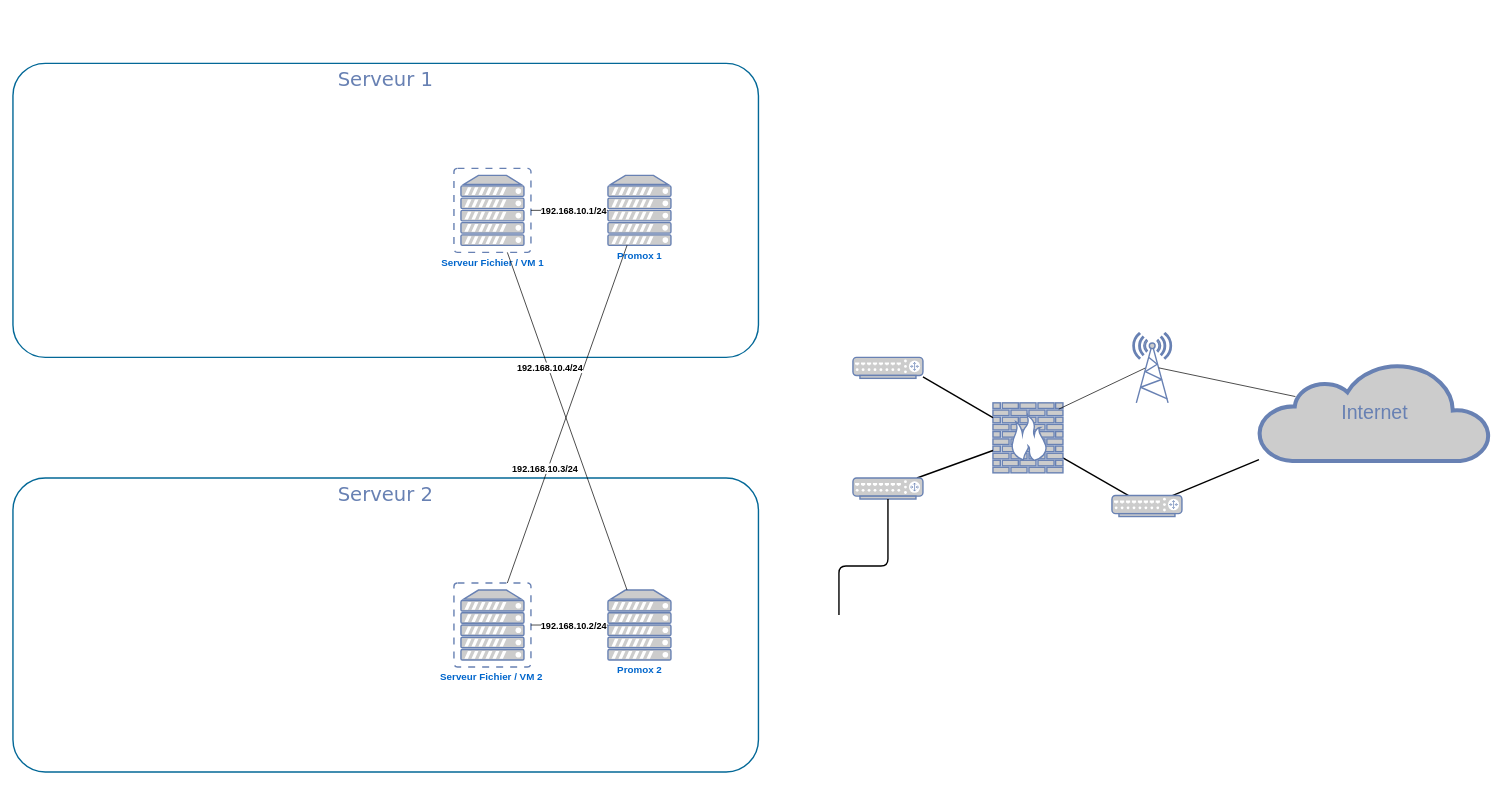
Desaydrone/Desaydrone.github.io keeps this draw.io diagram as assets/images/reseau_ideal_virtu.drawio. Above is the earlier version. Source tidied: cells renumbered, new cells numbered last; positions are measured from the earlier drawing's top-left corner, leaving out a move shared by most shapes. Both pictures are drawn from the tidied source at 70%, with x=0, y=0 at pixel (13, 63).
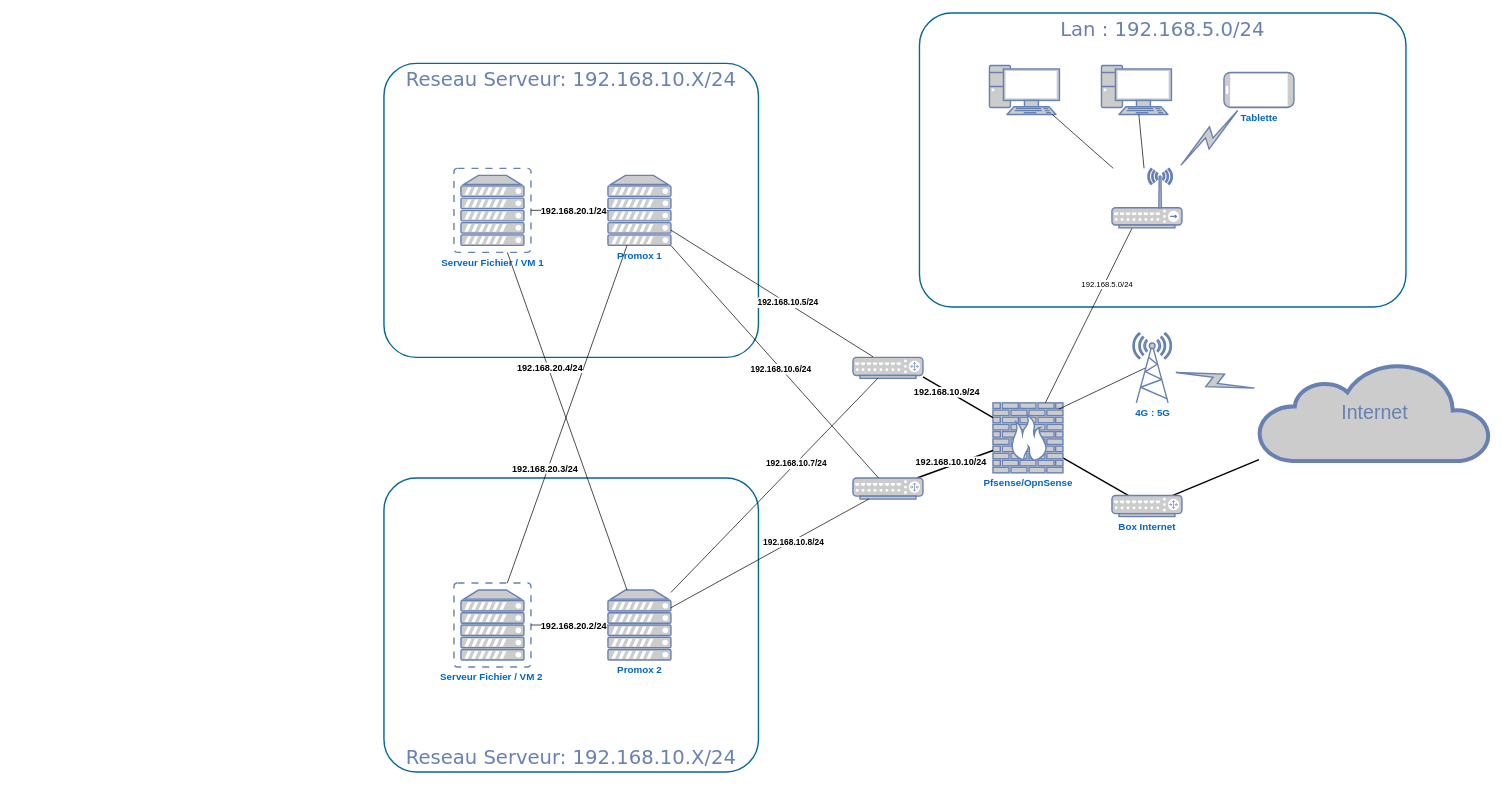
Above is the later version.

Unchanged cells that the change refers to:
```xml
<mxCell id="6" style="edgeStyle=none;html=1;labelBackgroundColor=none;endArrow=none;endFill=0;strokeWidth=2;fontFamily=Verdana;fontSize=15;fontColor=#036897;" parent="1" edge="1" source="7" target="5">
  <mxGeometry relative="1" as="geometry" />
</mxCell>
<mxCell id="7" style="fontColor=#0066CC;verticalAlign=top;verticalLabelPosition=bottom;labelPosition=center;align=center;html=1;fillColor=#CCCCCC;strokeColor=#6881B3;gradientColor=none;gradientDirection=north;strokeWidth=2;shape=mxgraph.networks.router;rounded=0;shadow=0;comic=0;" parent="1" vertex="1">
  <mxGeometry x="1200" y="592.4" width="100" height="30" as="geometry" />
</mxCell>
<mxCell id="9" value="Internet" style="html=1;fillColor=#CCCCCC;strokeColor=#6881B3;gradientColor=none;gradientDirection=north;strokeWidth=2;shape=mxgraph.networks.cloud;fontColor=#6881B3;rounded=0;shadow=0;comic=0;align=center;fontSize=28;" parent="1" vertex="1">
  <mxGeometry x="1780" y="428" width="330" height="140" as="geometry" />
</mxCell>
<mxCell id="15" style="fontColor=#0066CC;verticalAlign=top;verticalLabelPosition=bottom;labelPosition=center;align=center;html=1;fillColor=#CCCCCC;strokeColor=#6881B3;gradientColor=none;gradientDirection=north;strokeWidth=2;shape=mxgraph.networks.router;rounded=0;shadow=0;comic=0;" parent="1" vertex="1">
  <mxGeometry x="1200" y="420" width="100" height="30" as="geometry" />
</mxCell>
<mxCell id="16" style="edgeStyle=none;html=1;labelBackgroundColor=none;endArrow=none;endFill=0;strokeWidth=2;fontFamily=Verdana;fontSize=15;fontColor=#036897;exitX=1;exitY=0.933;exitDx=0;exitDy=0;exitPerimeter=0;entryX=0;entryY=0.21;entryDx=0;entryDy=0;entryPerimeter=0;" parent="1" edge="1" source="15" target="5">
  <mxGeometry relative="1" as="geometry" />
</mxCell>
<mxCell id="18" value="&lt;b&gt;&lt;font style=&quot;font-size: 14px&quot;&gt;Promox 1&lt;/font&gt;&lt;/b&gt;" style="fontColor=#0066CC;verticalAlign=top;verticalLabelPosition=bottom;labelPosition=center;align=center;html=1;outlineConnect=0;fillColor=#CCCCCC;strokeColor=#6881B3;gradientColor=none;gradientDirection=north;strokeWidth=2;shape=mxgraph.networks.server;" parent="1" vertex="1">
  <mxGeometry x="850" y="160" width="90" height="100" as="geometry" />
</mxCell>
<mxCell id="20" value="&lt;b&gt;&lt;font style=&quot;font-size: 14px&quot;&gt;Promox 2&lt;/font&gt;&lt;/b&gt;" style="fontColor=#0066CC;verticalAlign=top;verticalLabelPosition=bottom;labelPosition=center;align=center;html=1;outlineConnect=0;fillColor=#CCCCCC;strokeColor=#6881B3;gradientColor=none;gradientDirection=north;strokeWidth=2;shape=mxgraph.networks.server;" parent="1" vertex="1">
  <mxGeometry x="850" y="752.4" width="90" height="100" as="geometry" />
</mxCell>
<mxCell id="21" style="endArrow=none;html=1;" parent="1" edge="1" source="17" target="18">
  <mxGeometry relative="1" as="geometry" />
</mxCell>
<mxCell id="23" style="endArrow=none;html=1;" parent="1" edge="1" source="18" target="19">
  <mxGeometry relative="1" as="geometry" />
</mxCell>
<mxCell id="25" style="endArrow=none;html=1;" parent="1" edge="1" source="20" target="17">
  <mxGeometry relative="1" as="geometry" />
</mxCell>
<mxCell id="27" style="endArrow=none;html=1;" parent="1" edge="1" source="20" target="19">
  <mxGeometry relative="1" as="geometry" />
</mxCell>
```

The edit, as a diff of the source:
```diff
@@
-    <mxCell id="2" value="Serveur 2" style="rounded=1;whiteSpace=wrap;html=1;shadow=0;comic=0;strokeColor=#036897;strokeWidth=2;fillColor=none;fontFamily=Verdana;fontSize=28;fontColor=#6881B3;align=center;arcSize=11;verticalAlign=top;" parent="1" vertex="1">
-      <mxGeometry y="592.4" width="1065" height="420" as="geometry" />
+    <mxCell id="2" value="Reseau Serveur: 192.168.10.X/24" style="rounded=1;whiteSpace=wrap;html=1;shadow=0;comic=0;strokeColor=#036897;strokeWidth=2;fillColor=none;fontFamily=Verdana;fontSize=28;fontColor=#6881B3;align=center;arcSize=11;verticalAlign=bottom;" parent="1" vertex="1">
+      <mxGeometry x="530" y="592.4" width="535" height="420" as="geometry" />
     </mxCell>
-    <mxCell id="3" value="Serveur 1" style="rounded=1;whiteSpace=wrap;html=1;shadow=0;comic=0;strokeColor=#036897;strokeWidth=2;fillColor=none;fontFamily=Verdana;fontSize=28;fontColor=#6881B3;align=center;arcSize=11;verticalAlign=top;" parent="1" vertex="1">
-      <mxGeometry width="1065" height="420" as="geometry" />
+    <mxCell id="3" value="Reseau Serveur: 192.168.10.X/24" style="rounded=1;whiteSpace=wrap;html=1;shadow=0;comic=0;strokeColor=#036897;strokeWidth=2;fillColor=none;fontFamily=Verdana;fontSize=28;fontColor=#6881B3;align=center;arcSize=11;verticalAlign=top;" parent="1" vertex="1">
+      <mxGeometry x="530" width="535" height="420" as="geometry" />
     </mxCell>
@@
-    <mxCell id="5" style="fontColor=#0066CC;verticalAlign=top;verticalLabelPosition=bottom;labelPosition=center;align=center;html=1;fillColor=#CCCCCC;strokeColor=#6881B3;gradientColor=none;gradientDirection=north;strokeWidth=2;shape=mxgraph.networks.firewall;rounded=0;shadow=0;comic=0;" parent="1" vertex="1">
+    <mxCell id="5" value="&lt;b&gt;&lt;font style=&quot;font-size: 14px&quot;&gt;Pfsense/OpnSense&lt;/font&gt;&lt;/b&gt;" style="fontColor=#0066CC;verticalAlign=top;verticalLabelPosition=bottom;labelPosition=center;align=center;html=1;fillColor=#CCCCCC;strokeColor=#6881B3;gradientColor=none;gradientDirection=north;strokeWidth=2;shape=mxgraph.networks.firewall;rounded=0;shadow=0;comic=0;" parent="1" vertex="1">
       <mxGeometry x="1400" y="485" width="100" height="100" as="geometry" />
     </mxCell>
@@
+    <mxCell id="29" value="&lt;b&gt;&lt;font style=&quot;font-size: 13px&quot;&gt;192.168.10.10/24&lt;/font&gt;&lt;/b&gt;" style="edgeLabel;html=1;align=center;verticalAlign=middle;" parent="6" vertex="1">
+      <mxGeometry x="-0.41" y="-3" relative="1" as="geometry">
+        <mxPoint x="15.5" y="-15.6" as="offset" />
+      </mxGeometry>
+    </mxCell>
@@
-    <mxCell id="8" style="edgeStyle=orthogonalEdgeStyle;html=1;labelBackgroundColor=none;endArrow=none;endFill=0;strokeWidth=2;fontFamily=Verdana;fontSize=15;fontColor=#036897;" parent="1" edge="1" target="7">
-      <mxGeometry relative="1" as="geometry">
-        <mxPoint x="1180" y="788" as="sourcePoint" />
-        <Array as="points">
-          <mxPoint x="1250" y="718" />
-        </Array>
-      </mxGeometry>
-    </mxCell>
@@
-    <mxCell id="11" style="fontColor=#0066CC;verticalAlign=top;verticalLabelPosition=bottom;labelPosition=center;align=center;html=1;fillColor=#CCCCCC;strokeColor=#6881B3;gradientColor=none;gradientDirection=north;strokeWidth=2;shape=mxgraph.networks.router;rounded=0;shadow=0;comic=0;" parent="1" vertex="1">
+    <mxCell id="11" value="&lt;b&gt;&lt;font style=&quot;font-size: 14px&quot;&gt;Box Internet&lt;/font&gt;&lt;/b&gt;" style="fontColor=#0066CC;verticalAlign=top;verticalLabelPosition=bottom;labelPosition=center;align=center;html=1;fillColor=#CCCCCC;strokeColor=#6881B3;gradientColor=none;gradientDirection=north;strokeWidth=2;shape=mxgraph.networks.router;rounded=0;shadow=0;comic=0;" parent="1" vertex="1">
       <mxGeometry x="1570" y="617.4" width="100" height="30" as="geometry" />
     </mxCell>
@@
-    <mxCell id="13" style="fontColor=#0066CC;verticalAlign=top;verticalLabelPosition=bottom;labelPosition=center;align=center;html=1;outlineConnect=0;fillColor=#CCCCCC;strokeColor=#6881B3;gradientColor=none;gradientDirection=north;strokeWidth=2;shape=mxgraph.networks.radio_tower;" parent="1" vertex="1">
+    <mxCell id="13" value="&lt;b&gt;&lt;font style=&quot;font-size: 14px&quot;&gt;4G : 5G&lt;/font&gt;&lt;/b&gt;" style="fontColor=#0066CC;verticalAlign=top;verticalLabelPosition=bottom;labelPosition=center;align=center;html=1;outlineConnect=0;fillColor=#CCCCCC;strokeColor=#6881B3;gradientColor=none;gradientDirection=north;strokeWidth=2;shape=mxgraph.networks.radio_tower;" parent="1" vertex="1">
       <mxGeometry x="1600" y="385" width="55" height="100" as="geometry" />
     </mxCell>
-    <mxCell id="14" style="endArrow=none;html=1;entryX=0.158;entryY=0.343;entryDx=0;entryDy=0;entryPerimeter=0;exitX=0.67;exitY=0.5;exitDx=0;exitDy=0;exitPerimeter=0;" parent="1" edge="1" source="13" target="9">
-      <mxGeometry relative="1" as="geometry" />
-    </mxCell>
@@
+    <mxCell id="30" value="&lt;b&gt;&lt;font style=&quot;font-size: 13px&quot;&gt;192.168.10.9/24&lt;/font&gt;&lt;/b&gt;" style="edgeLabel;html=1;align=center;verticalAlign=middle;" parent="16" vertex="1">
+      <mxGeometry x="-0.3" y="-2" relative="1" as="geometry" />
+    </mxCell>
@@
-    <mxCell id="22" value="&lt;b&gt;&lt;font style=&quot;font-size: 13px&quot;&gt;192.168.10.3/24&lt;/font&gt;&lt;/b&gt;" style="edgeLabel;html=1;align=center;verticalAlign=middle;" parent="21" vertex="1">
+    <mxCell id="22" value="&lt;b&gt;&lt;font style=&quot;font-size: 13px&quot;&gt;192.168.20.3/24&lt;/font&gt;&lt;/b&gt;" style="edgeLabel;html=1;align=center;verticalAlign=middle;" parent="21" vertex="1">
       <mxGeometry x="-0.24" y="-2" relative="1" as="geometry">
         <mxPoint x="-13.3" y="18.7" as="offset" />
       </mxGeometry>
     </mxCell>
@@
-    <mxCell id="24" value="&lt;div align=&quot;center&quot;&gt;&lt;b&gt;&lt;font style=&quot;font-size: 13px&quot;&gt;192.168.10.1/24&lt;/font&gt;&lt;/b&gt;&lt;/div&gt;" style="edgeLabel;html=1;align=center;verticalAlign=middle;" parent="23" vertex="1">
+    <mxCell id="24" value="&lt;div align=&quot;center&quot;&gt;&lt;b&gt;&lt;font style=&quot;font-size: 13px&quot;&gt;192.168.20.1/24&lt;/font&gt;&lt;/b&gt;&lt;/div&gt;" style="edgeLabel;html=1;align=center;verticalAlign=middle;" parent="23" vertex="1">
       <mxGeometry x="0.18" y="-1" relative="1" as="geometry">
         <mxPoint x="15" y="1" as="offset" />
       </mxGeometry>
     </mxCell>
@@
-    <mxCell id="26" value="&lt;b&gt;&lt;font style=&quot;font-size: 13px&quot;&gt;192.168.10.2/24&lt;/font&gt;&lt;/b&gt;" style="edgeLabel;html=1;align=center;verticalAlign=middle;" parent="25" vertex="1">
+    <mxCell id="26" value="&lt;b&gt;&lt;font style=&quot;font-size: 13px&quot;&gt;192.168.20.2/24&lt;/font&gt;&lt;/b&gt;" style="edgeLabel;html=1;align=center;verticalAlign=middle;" parent="25" vertex="1">
       <mxGeometry x="-0.44" y="2" relative="1" as="geometry">
         <mxPoint x="-19" y="-2" as="offset" />
       </mxGeometry>
     </mxCell>
@@
-    <mxCell id="28" value="&lt;b&gt;&lt;font style=&quot;font-size: 13px&quot;&gt;192.168.10.4/24&lt;/font&gt;&lt;/b&gt;" style="edgeLabel;html=1;align=center;verticalAlign=middle;" parent="27" vertex="1">
+    <mxCell id="28" value="&lt;b&gt;&lt;font style=&quot;font-size: 13px&quot;&gt;192.168.20.4/24&lt;/font&gt;&lt;/b&gt;" style="edgeLabel;html=1;align=center;verticalAlign=middle;" parent="27" vertex="1">
       <mxGeometry x="0.27" y="2" relative="1" as="geometry">
         <mxPoint y="-11.8" as="offset" />
       </mxGeometry>
     </mxCell>
+    <mxCell id="31" value="Lan : 192.168.5.0/24" style="rounded=1;shadow=0;comic=0;strokeColor=#036897;strokeWidth=2;fillColor=none;fontFamily=Verdana;fontSize=28;fontColor=#6881B3;align=center;arcSize=11;verticalAlign=top;html=1;whiteSpace=wrap;labelBackgroundColor=none;labelBorderColor=none;" parent="1" vertex="1">
+      <mxGeometry x="1295" y="-72" width="695" height="420" as="geometry" />
+    </mxCell>
+    <mxCell id="32" style="fontColor=#0066CC;verticalAlign=top;verticalLabelPosition=bottom;labelPosition=center;align=center;html=1;outlineConnect=0;fillColor=#CCCCCC;strokeColor=#6881B3;gradientColor=none;gradientDirection=north;strokeWidth=2;shape=mxgraph.networks.pc;" parent="1" vertex="1">
+      <mxGeometry x="1395" y="3" width="100" height="70" as="geometry" />
+    </mxCell>
+    <mxCell id="33" style="fontColor=#0066CC;verticalAlign=top;verticalLabelPosition=bottom;labelPosition=center;align=center;html=1;outlineConnect=0;fillColor=#CCCCCC;strokeColor=#6881B3;gradientColor=none;gradientDirection=north;strokeWidth=2;shape=mxgraph.networks.pc;" parent="1" vertex="1">
+      <mxGeometry x="1555" y="3" width="100" height="70" as="geometry" />
+    </mxCell>
+    <mxCell id="34" value="&lt;div&gt;&lt;b&gt;&lt;font style=&quot;font-size: 14px&quot;&gt;Tablette&lt;/font&gt;&lt;/b&gt;&lt;/div&gt;" style="fontColor=#0066CC;verticalAlign=top;verticalLabelPosition=bottom;labelPosition=center;align=center;html=1;outlineConnect=0;fillColor=#CCCCCC;strokeColor=#6881B3;gradientColor=none;gradientDirection=north;strokeWidth=2;shape=mxgraph.networks.mobile;shadow=0;rotation=0;labelBorderColor=none;direction=south;" parent="1" vertex="1">
+      <mxGeometry x="1730" y="13" width="100" height="50" as="geometry" />
+    </mxCell>
+    <mxCell id="35" style="endArrow=none;html=1;" parent="1" edge="1" source="5" target="47">
+      <mxGeometry relative="1" as="geometry" />
+    </mxCell>
+    <mxCell id="36" value="192.168.5.0/24" style="edgeLabel;html=1;align=center;verticalAlign=middle;" parent="35" vertex="1">
+      <mxGeometry x="0.37" y="-3" relative="1" as="geometry" />
+    </mxCell>
+    <mxCell id="37" style="endArrow=none;html=1;entryX=0.287;entryY=-0.028;entryDx=0;entryDy=0;entryPerimeter=0;" parent="1" edge="1" source="18" target="15">
+      <mxGeometry relative="1" as="geometry" />
+    </mxCell>
+    <mxCell id="38" value="&lt;font style=&quot;font-size: 12px&quot;&gt;&lt;b&gt;&lt;font style=&quot;font-size: 12px&quot;&gt;192.168.10.5/24&lt;/font&gt;&lt;/b&gt;&lt;/font&gt;" style="edgeLabel;html=1;align=center;verticalAlign=middle;" parent="37" vertex="1">
+      <mxGeometry x="0.15" y="1" relative="1" as="geometry" />
+    </mxCell>
+    <mxCell id="39" style="endArrow=none;html=1;" parent="1" edge="1" source="18" target="7">
+      <mxGeometry relative="1" as="geometry" />
+    </mxCell>
+    <mxCell id="40" value="&lt;font style=&quot;font-size: 12px&quot;&gt;&lt;b&gt;&lt;font style=&quot;font-size: 12px&quot;&gt;192.168.10.6/24&lt;/font&gt;&lt;/b&gt;&lt;/font&gt;" style="edgeLabel;html=1;align=center;verticalAlign=middle;" parent="39" vertex="1">
+      <mxGeometry x="0.06" relative="1" as="geometry" />
+    </mxCell>
+    <mxCell id="41" style="endArrow=none;html=1;" parent="1" edge="1" source="20" target="15">
+      <mxGeometry relative="1" as="geometry" />
+    </mxCell>
+    <mxCell id="42" value="&lt;font style=&quot;font-size: 12px&quot;&gt;&lt;b&gt;&lt;font style=&quot;font-size: 12px&quot;&gt;192.168.10.7/24&lt;/font&gt;&lt;/b&gt;&lt;/font&gt;" style="edgeLabel;html=1;align=center;verticalAlign=middle;" parent="41" vertex="1">
+      <mxGeometry x="0.21" relative="1" as="geometry" />
+    </mxCell>
+    <mxCell id="43" style="endArrow=none;html=1;" parent="1" edge="1" source="20" target="7">
+      <mxGeometry relative="1" as="geometry" />
+    </mxCell>
+    <mxCell id="44" value="&lt;font style=&quot;font-size: 12px&quot;&gt;&lt;b&gt;&lt;font style=&quot;font-size: 12px&quot;&gt;192.168.10.8/24&lt;/font&gt;&lt;/b&gt;&lt;/font&gt;" style="edgeLabel;html=1;align=center;verticalAlign=middle;" parent="43" vertex="1">
+      <mxGeometry x="0.23" y="-2" relative="1" as="geometry">
+        <mxPoint y="-1" as="offset" />
+      </mxGeometry>
+    </mxCell>
+    <mxCell id="45" style="endArrow=none;html=1;" parent="1" edge="1" source="47" target="32">
+      <mxGeometry relative="1" as="geometry" />
+    </mxCell>
+    <mxCell id="46" style="endArrow=none;html=1;" parent="1" edge="1" source="47" target="33">
+      <mxGeometry relative="1" as="geometry" />
+    </mxCell>
+    <mxCell id="47" style="fontColor=#0066CC;verticalAlign=top;verticalLabelPosition=bottom;labelPosition=center;align=center;html=1;outlineConnect=0;fillColor=#CCCCCC;strokeColor=#6881B3;gradientColor=none;gradientDirection=north;strokeWidth=2;shape=mxgraph.networks.wireless_hub;shadow=0;labelBackgroundColor=none;" parent="1" vertex="1">
+      <mxGeometry x="1570" y="150" width="100" height="85" as="geometry" />
+    </mxCell>
+    <mxCell id="48" style="html=1;outlineConnect=0;fillColor=#CCCCCC;strokeColor=#6881B3;gradientColor=none;gradientDirection=north;strokeWidth=2;shape=mxgraph.networks.comm_link_edge;html=1;" parent="1" edge="1" source="47" target="34">
+      <mxGeometry relative="1" as="geometry" />
+    </mxCell>
+    <mxCell id="14" style="html=1;outlineConnect=0;fillColor=#CCCCCC;strokeColor=#6881B3;gradientColor=none;gradientDirection=north;strokeWidth=2;shape=mxgraph.networks.comm_link_edge;html=1;" parent="1" edge="1" source="13" target="9">
+      <mxGeometry relative="1" as="geometry" />
+    </mxCell>
```
